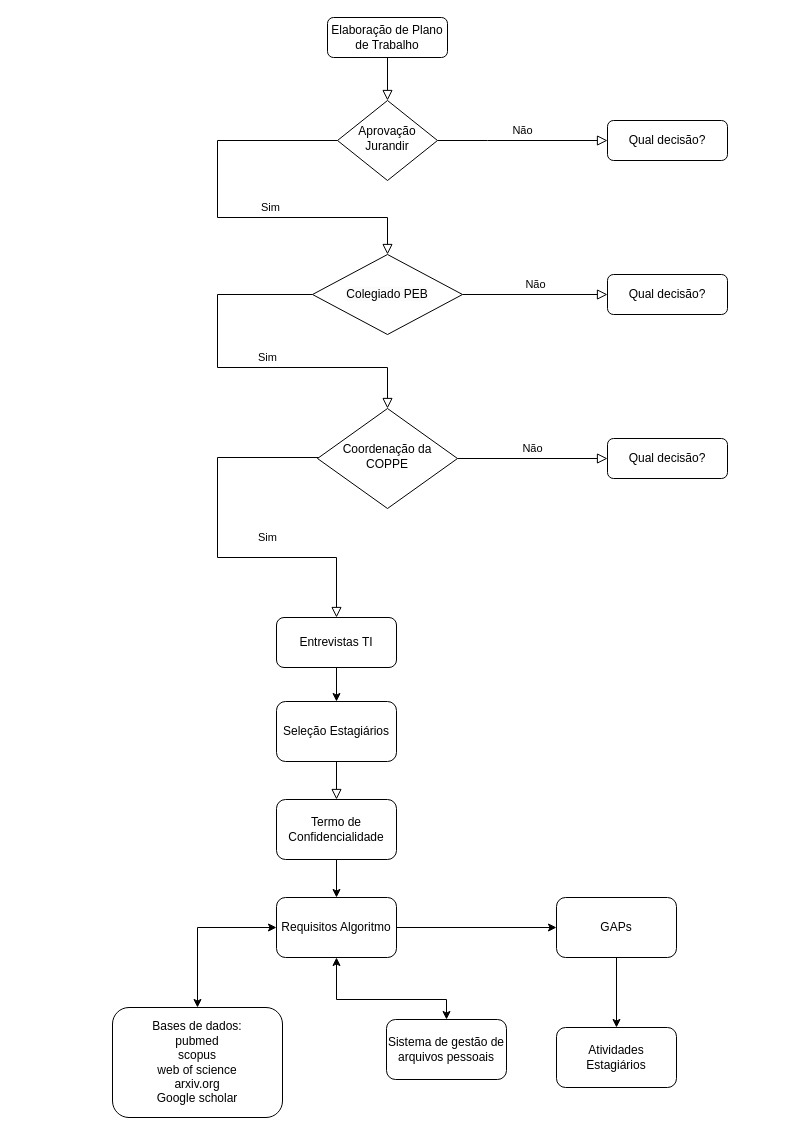
Above: Untitled Diagram.drawio in lucecerqueira/Balanceamento_dados (draw.io), before the change. Source tidied: cells renumbered, new cells numbered last; positions are measured from the earlier drawing's top-left corner, leaving out a move shared by most shapes. Both pictures are drawn from the tidied source at 100%, with x=0, y=0 at pixel (112, 17).
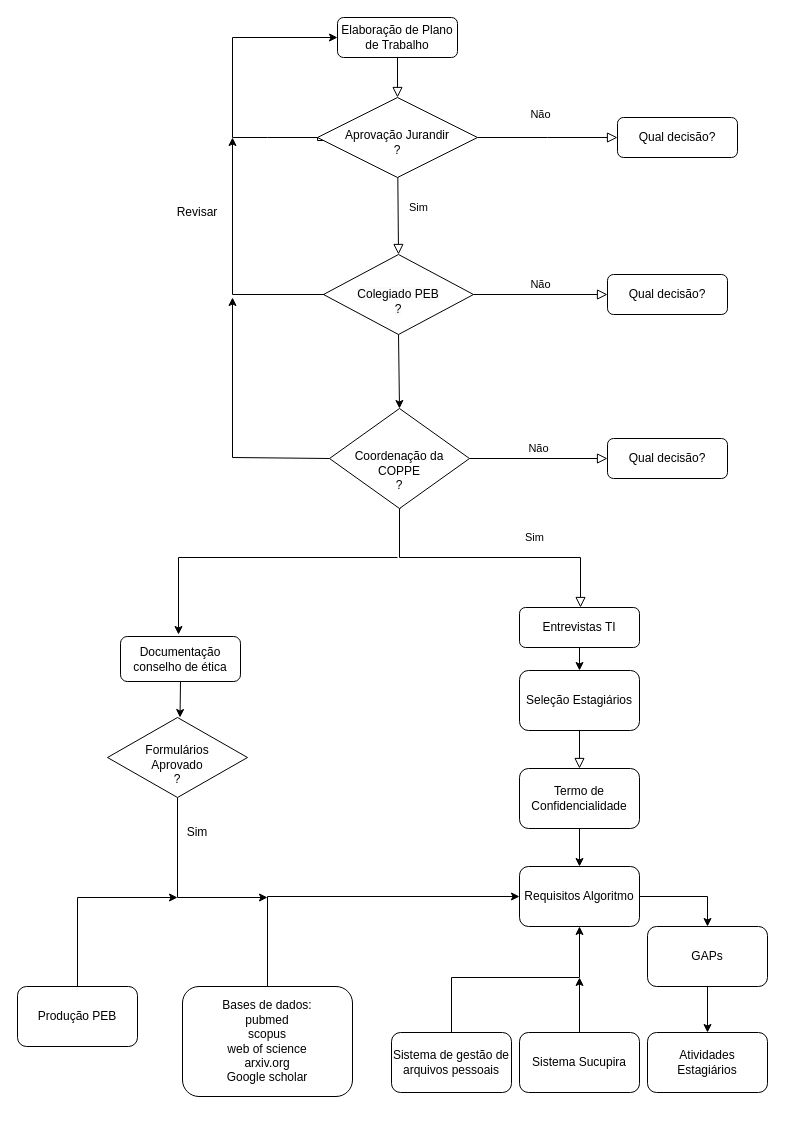
The same page after the edit.

What changed in the source:
```diff
@@
     <mxCell id="3" value="Elaboração de Plano de Trabalho" style="rounded=1;whiteSpace=wrap;html=1;fontSize=12;glass=0;strokeWidth=1;shadow=0;" parent="1" vertex="1">
-      <mxGeometry x="215" width="120" height="40" as="geometry" />
+      <mxGeometry x="225" width="120" height="40" as="geometry" />
     </mxCell>
     <mxCell id="4" value="Sim" style="rounded=0;html=1;jettySize=auto;fontSize=11;endArrow=block;endFill=0;endSize=8;strokeWidth=1;shadow=0;labelBackgroundColor=none;edgeStyle=orthogonalEdgeStyle;exitX=0;exitY=0.5;exitDx=0;exitDy=0;entryX=0.5;entryY=0;entryDx=0;entryDy=0;" parent="1" edge="1" source="6" target="26">
-      <mxGeometry x="0.24" y="10" relative="1" as="geometry">
+      <mxGeometry x="0.52" y="20" relative="1" as="geometry">
         <Array as="points">
-          <mxPoint x="105" y="123" />
-          <mxPoint x="105" y="200" />
-          <mxPoint x="275" y="200" />
+          <mxPoint x="205" y="123" />
+          <mxPoint x="285" y="123" />
         </Array>
       </mxGeometry>
     </mxCell>
-    <mxCell id="5" value="Não" style="edgeStyle=orthogonalEdgeStyle;rounded=0;html=1;jettySize=auto;fontSize=11;endArrow=block;endFill=0;endSize=8;strokeWidth=1;shadow=0;labelBackgroundColor=none;" parent="1" edge="1" source="6" target="7">
-      <mxGeometry y="10" relative="1" as="geometry">
+    <mxCell id="5" value="Não" style="edgeStyle=orthogonalEdgeStyle;rounded=0;html=1;jettySize=auto;fontSize=11;endArrow=block;endFill=0;endSize=8;strokeWidth=1;shadow=0;labelBackgroundColor=none;exitX=1;exitY=0.5;exitDx=0;exitDy=0;" parent="1" edge="1" source="6" target="7">
+      <mxGeometry x="-0.1" y="23" relative="1" as="geometry">
         <Array as="points">
-          <mxPoint x="375" y="123" />
-          <mxPoint x="375" y="123" />
+          <mxPoint x="435" y="120" />
+          <mxPoint x="435" y="120" />
         </Array>
       </mxGeometry>
     </mxCell>
-    <mxCell id="6" value="Aprovação Jurandir" style="rhombus;whiteSpace=wrap;html=1;shadow=0;fontFamily=Helvetica;fontSize=12;align=center;strokeWidth=1;spacing=6;spacingTop=-4;" parent="1" vertex="1">
-      <mxGeometry x="225" y="83" width="100" height="80" as="geometry" />
+    <mxCell id="6" value="&lt;br&gt;Aprovação Jurandir&lt;br&gt;?" style="rhombus;whiteSpace=wrap;html=1;shadow=0;fontFamily=Helvetica;fontSize=12;align=center;strokeWidth=1;spacing=6;spacingTop=-4;" parent="1" vertex="1">
+      <mxGeometry x="205" y="80" width="160" height="80" as="geometry" />
     </mxCell>
     <mxCell id="7" value="Qual decisão?" style="rounded=1;whiteSpace=wrap;html=1;fontSize=12;glass=0;strokeWidth=1;shadow=0;" parent="1" vertex="1">
-      <mxGeometry x="495" y="103" width="120" height="40" as="geometry" />
+      <mxGeometry x="505" y="100" width="120" height="40" as="geometry" />
     </mxCell>
-    <mxCell id="8" value="Sim" style="rounded=0;html=1;jettySize=auto;orthogonalLoop=1;fontSize=11;endArrow=block;endFill=0;endSize=8;strokeWidth=1;shadow=0;labelBackgroundColor=none;edgeStyle=orthogonalEdgeStyle;entryX=0.5;entryY=0;entryDx=0;entryDy=0;" parent="1" edge="1">
+    <mxCell id="8" value="Sim" style="rounded=0;html=1;jettySize=auto;orthogonalLoop=1;fontSize=11;endArrow=block;endFill=0;endSize=8;strokeWidth=1;shadow=0;labelBackgroundColor=none;edgeStyle=orthogonalEdgeStyle;entryX=0.5;entryY=0;entryDx=0;entryDy=0;exitX=0.5;exitY=1;exitDx=0;exitDy=0;" parent="1" edge="1">
       <mxGeometry x="0.32" y="20" relative="1" as="geometry">
-        <mxPoint x="206.4" y="440" as="sourcePoint" />
-        <mxPoint x="224" y="600" as="targetPoint" />
+        <mxPoint x="288" y="491" as="sourcePoint" />
+        <mxPoint x="468" y="590" as="targetPoint" />
         <Array as="points">
-          <mxPoint x="105" y="440" />
-          <mxPoint x="105" y="540" />
-          <mxPoint x="224" y="540" />
+          <mxPoint x="287" y="540" />
+          <mxPoint x="468" y="540" />
         </Array>
       </mxGeometry>
     </mxCell>
@@
-    <mxCell id="10" value="Coordenação da COPPE" style="rhombus;whiteSpace=wrap;html=1;shadow=0;fontFamily=Helvetica;fontSize=12;align=center;strokeWidth=1;spacing=6;spacingTop=-4;" parent="1" vertex="1">
-      <mxGeometry x="205" y="391" width="140" height="100" as="geometry" />
+    <mxCell id="10" value="&lt;br&gt;&lt;br&gt;Coordenação da COPPE&lt;br&gt;?" style="rhombus;whiteSpace=wrap;html=1;shadow=0;fontFamily=Helvetica;fontSize=12;align=center;strokeWidth=1;spacing=6;spacingTop=-4;" parent="1" vertex="1">
+      <mxGeometry x="217" y="391" width="140" height="100" as="geometry" />
     </mxCell>
     <mxCell id="11" value="Entrevistas TI" style="rounded=1;whiteSpace=wrap;html=1;fontSize=12;glass=0;strokeWidth=1;shadow=0;" parent="1" vertex="1">
-      <mxGeometry x="164" y="600" width="120" height="50" as="geometry" />
+      <mxGeometry x="407" y="590" width="120" height="40" as="geometry" />
     </mxCell>
@@
     <mxCell id="13" value="Termo de Confidencialidade" style="rounded=1;whiteSpace=wrap;html=1;" parent="1" vertex="1">
-      <mxGeometry x="164" y="782" width="120" height="60" as="geometry" />
+      <mxGeometry x="407" y="751" width="120" height="60" as="geometry" />
     </mxCell>
@@
     <mxCell id="15" value="Seleção Estagiários" style="rounded=1;whiteSpace=wrap;html=1;" parent="1" vertex="1">
-      <mxGeometry x="164" y="684" width="120" height="60" as="geometry" />
+      <mxGeometry x="407" y="653" width="120" height="60" as="geometry" />
     </mxCell>
@@
     <mxCell id="17" value="Requisitos Algoritmo" style="rounded=1;whiteSpace=wrap;html=1;" parent="1" vertex="1">
-      <mxGeometry x="164" y="880" width="120" height="60" as="geometry" />
+      <mxGeometry x="407" y="849" width="120" height="60" as="geometry" />
     </mxCell>
@@
     <mxCell id="19" value="GAPs" style="rounded=1;whiteSpace=wrap;html=1;" parent="1" vertex="1">
-      <mxGeometry x="444" y="880" width="120" height="60" as="geometry" />
+      <mxGeometry x="535" y="909" width="120" height="60" as="geometry" />
     </mxCell>
     <mxCell id="20" value="Atividades Estagiários" style="rounded=1;whiteSpace=wrap;html=1;" parent="1" vertex="1">
-      <mxGeometry x="444" y="1010" width="120" height="60" as="geometry" />
+      <mxGeometry x="535" y="1015" width="120" height="60" as="geometry" />
     </mxCell>
-    <mxCell id="21" style="endArrow=classic;html=1;rounded=0;exitX=1;exitY=0.5;exitDx=0;exitDy=0;entryX=0;entryY=0.5;entryDx=0;entryDy=0;" parent="1" edge="1" source="17" target="19">
-      <mxGeometry relative="1" as="geometry" />
+    <mxCell id="21" style="endArrow=classic;html=1;rounded=0;exitX=1;exitY=0.5;exitDx=0;exitDy=0;entryX=0.5;entryY=0;entryDx=0;entryDy=0;" parent="1" edge="1" source="17" target="19">
+      <mxGeometry relative="1" as="geometry">
+        <Array as="points">
+          <mxPoint x="595" y="879" />
+        </Array>
+      </mxGeometry>
     </mxCell>
@@
     <mxCell id="23" value="Bases de dados:&lt;br&gt;pubmed&lt;br&gt;scopus&lt;br&gt;web of science&lt;br&gt;arxiv.org&lt;br&gt;Google scholar" style="rounded=1;whiteSpace=wrap;html=1;" parent="1" vertex="1">
-      <mxGeometry y="990" width="170" height="110" as="geometry" />
+      <mxGeometry x="70" y="969" width="170" height="110" as="geometry" />
     </mxCell>
@@
-    <mxCell id="26" value="&lt;span style=&quot;color: rgb(0, 0, 0); font-family: Helvetica; font-size: 12px; font-style: normal; font-variant-ligatures: normal; font-variant-caps: normal; font-weight: 400; letter-spacing: normal; orphans: 2; text-align: center; text-indent: 0px; text-transform: none; widows: 2; word-spacing: 0px; -webkit-text-stroke-width: 0px; background-color: rgb(251, 251, 251); text-decoration-thickness: initial; text-decoration-style: initial; text-decoration-color: initial; float: none; display: inline !important;&quot;&gt;Colegiado PEB&lt;/span&gt;" style="rhombus;whiteSpace=wrap;html=1;" parent="1" vertex="1">
-      <mxGeometry x="200" y="237" width="150" height="80" as="geometry" />
+    <mxCell id="26" value="&lt;span style=&quot;color: rgb(0, 0, 0); font-family: Helvetica; font-size: 12px; font-style: normal; font-variant-ligatures: normal; font-variant-caps: normal; font-weight: 400; letter-spacing: normal; orphans: 2; text-align: center; text-indent: 0px; text-transform: none; widows: 2; word-spacing: 0px; -webkit-text-stroke-width: 0px; background-color: rgb(251, 251, 251); text-decoration-thickness: initial; text-decoration-style: initial; text-decoration-color: initial; float: none; display: inline !important;&quot;&gt;&lt;br&gt;Colegiado PEB&lt;br&gt;?&lt;br&gt;&lt;/span&gt;" style="rhombus;whiteSpace=wrap;html=1;" parent="1" vertex="1">
+      <mxGeometry x="211" y="237" width="150" height="80" as="geometry" />
     </mxCell>
+    <mxCell id="29" value="Sistema de gestão de arquivos pessoais" style="rounded=1;whiteSpace=wrap;html=1;" parent="1" vertex="1">
+      <mxGeometry x="279" y="1015" width="120" height="60" as="geometry" />
+    </mxCell>
+    <mxCell id="31" style="endArrow=classic;html=1;rounded=0;entryX=0;entryY=0.5;entryDx=0;entryDy=0;exitX=0;exitY=0.5;exitDx=0;exitDy=0;entryPerimeter=0;" parent="1" edge="1" source="6" target="3">
+      <mxGeometry relative="1" as="geometry">
+        <Array as="points">
+          <mxPoint x="155" y="120" />
+          <mxPoint x="120" y="120" />
+          <mxPoint x="120" y="20" />
+        </Array>
+      </mxGeometry>
+    </mxCell>
+    <mxCell id="32" value="Revisar" style="text;html=1;strokeColor=none;fillColor=none;align=center;verticalAlign=middle;whiteSpace=wrap;rounded=0;" parent="1" vertex="1">
+      <mxGeometry x="55" y="180" width="60" height="30" as="geometry" />
+    </mxCell>
+    <mxCell id="33" style="endArrow=classic;html=1;rounded=0;exitX=0;exitY=0.5;exitDx=0;exitDy=0;" parent="1" edge="1">
+      <mxGeometry relative="1" as="geometry">
+        <mxPoint x="212" y="277" as="sourcePoint" />
+        <mxPoint x="120" y="120" as="targetPoint" />
+        <Array as="points">
+          <mxPoint x="120" y="277" />
+        </Array>
+      </mxGeometry>
+    </mxCell>
+    <mxCell id="34" style="endArrow=classic;html=1;rounded=0;exitX=0;exitY=0.5;exitDx=0;exitDy=0;" parent="1" edge="1" source="10">
+      <mxGeometry relative="1" as="geometry">
+        <mxPoint x="120" y="280" as="targetPoint" />
+        <Array as="points">
+          <mxPoint x="120" y="440" />
+        </Array>
+      </mxGeometry>
+    </mxCell>
+    <mxCell id="35" value="Documentação conselho de ética" style="rounded=1;whiteSpace=wrap;html=1;" parent="1" vertex="1">
+      <mxGeometry x="8" y="619" width="120" height="45" as="geometry" />
+    </mxCell>
+    <mxCell id="36" style="endArrow=classic;html=1;rounded=0;entryX=0.433;entryY=-0.044;entryDx=0;entryDy=0;entryPerimeter=0;" parent="1" edge="1">
+      <mxGeometry relative="1" as="geometry">
+        <mxPoint x="285" y="540" as="sourcePoint" />
+        <mxPoint x="66" y="617" as="targetPoint" />
+        <Array as="points">
+          <mxPoint x="66" y="540" />
+        </Array>
+      </mxGeometry>
+    </mxCell>
+    <mxCell id="37" style="endArrow=classic;html=1;rounded=0;exitX=0.5;exitY=1;exitDx=0;exitDy=0;entryX=0.518;entryY=0;entryDx=0;entryDy=0;entryPerimeter=0;" parent="1" edge="1" source="35" target="38">
+      <mxGeometry relative="1" as="geometry" />
+    </mxCell>
-    <mxCell id="27" value="Sim" style="rounded=0;html=1;jettySize=auto;fontSize=11;endArrow=block;endFill=0;endSize=8;strokeWidth=1;shadow=0;labelBackgroundColor=none;edgeStyle=orthogonalEdgeStyle;entryX=0.5;entryY=0;entryDx=0;entryDy=0;exitX=0;exitY=0.5;exitDx=0;exitDy=0;" parent="1" edge="1" source="26" target="10">
-      <mxGeometry x="0.15" y="10" relative="1" as="geometry">
-        <Array as="points">
-          <mxPoint x="105" y="277" />
-          <mxPoint x="105" y="350" />
-          <mxPoint x="275" y="350" />
-        </Array>
-      </mxGeometry>
+    <mxCell id="27" value="Sim" style="text;html=1;strokeColor=none;fillColor=none;align=center;verticalAlign=middle;whiteSpace=wrap;rounded=0;" parent="1" vertex="1">
+      <mxGeometry x="55" y="800" width="60" height="30" as="geometry" />
     </mxCell>
+    <mxCell id="38" value="&lt;br&gt;Formulários&lt;br&gt;Aprovado&lt;br&gt;?" style="rhombus;whiteSpace=wrap;html=1;" parent="1" vertex="1">
+      <mxGeometry x="-5" y="700" width="140" height="80" as="geometry" />
+    </mxCell>
-    <mxCell id="28" style="endArrow=classic;startArrow=classic;html=1;rounded=0;exitX=0.5;exitY=0;exitDx=0;exitDy=0;entryX=0;entryY=0.5;entryDx=0;entryDy=0;" parent="1" edge="1" source="23" target="17">
+    <mxCell id="28" style="endArrow=classic;html=1;rounded=0;exitX=0.5;exitY=0;exitDx=0;exitDy=0;entryX=0;entryY=0.5;entryDx=0;entryDy=0;" parent="1" edge="1" source="23" target="17">
       <mxGeometry relative="1" as="geometry">
         <Array as="points">
-          <mxPoint x="85" y="910" />
+          <mxPoint x="155" y="879" />
         </Array>
       </mxGeometry>
     </mxCell>
-    <mxCell id="29" value="Sistema de gestão de arquivos pessoais" style="rounded=1;whiteSpace=wrap;html=1;" parent="1" vertex="1">
-      <mxGeometry x="274" y="1002" width="120" height="60" as="geometry" />
-    </mxCell>
+    <mxCell id="39" style="endArrow=classic;html=1;rounded=0;" parent="1" edge="1">
+      <mxGeometry relative="1" as="geometry">
+        <mxPoint x="65" y="780" as="sourcePoint" />
+        <mxPoint x="155" y="880" as="targetPoint" />
+        <Array as="points">
+          <mxPoint x="65" y="880" />
+        </Array>
+      </mxGeometry>
+    </mxCell>
-    <mxCell id="30" style="endArrow=classic;startArrow=classic;html=1;rounded=0;exitX=0.5;exitY=0;exitDx=0;exitDy=0;entryX=0.5;entryY=1;entryDx=0;entryDy=0;" parent="1" edge="1" source="29" target="17">
+    <mxCell id="30" style="endArrow=classic;html=1;rounded=0;exitX=0.5;exitY=0;exitDx=0;exitDy=0;entryX=0.5;entryY=1;entryDx=0;entryDy=0;" parent="1" edge="1" source="29" target="17">
       <mxGeometry relative="1" as="geometry">
         <Array as="points">
-          <mxPoint x="334" y="982" />
-          <mxPoint x="224" y="982" />
+          <mxPoint x="339" y="960" />
+          <mxPoint x="467" y="960" />
         </Array>
       </mxGeometry>
     </mxCell>
+    <mxCell id="40" value="Sistema Sucupira" style="rounded=1;whiteSpace=wrap;html=1;" parent="1" vertex="1">
+      <mxGeometry x="407" y="1015" width="120" height="60" as="geometry" />
+    </mxCell>
+    <mxCell id="41" style="endArrow=classic;html=1;rounded=0;exitX=0.5;exitY=0;exitDx=0;exitDy=0;" parent="1" edge="1" source="40">
+      <mxGeometry relative="1" as="geometry">
+        <mxPoint x="467" y="960" as="targetPoint" />
+      </mxGeometry>
+    </mxCell>
+    <mxCell id="42" value="Produção PEB" style="rounded=1;whiteSpace=wrap;html=1;" parent="1" vertex="1">
+      <mxGeometry x="-95" y="969" width="120" height="60" as="geometry" />
+    </mxCell>
+    <mxCell id="43" style="endArrow=classic;html=1;rounded=0;exitX=0.5;exitY=0;exitDx=0;exitDy=0;" parent="1" edge="1" source="42">
+      <mxGeometry relative="1" as="geometry">
+        <mxPoint x="65" y="880" as="targetPoint" />
+        <Array as="points">
+          <mxPoint x="-35" y="880" />
+        </Array>
+      </mxGeometry>
+    </mxCell>
+    <mxCell id="44" style="endArrow=classic;html=1;rounded=0;exitX=0.5;exitY=1;exitDx=0;exitDy=0;entryX=0.5;entryY=0;entryDx=0;entryDy=0;" parent="1" edge="1" source="26" target="10">
+      <mxGeometry relative="1" as="geometry" />
+    </mxCell>
```
